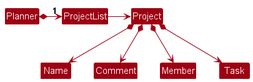
The PlantUML diagram docs/images/BetterModelClassDiagram.png in AY2324S2-CS2103T-W08-4/tp, before a commit.
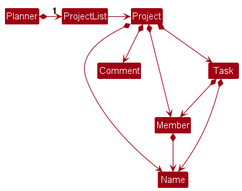
The same diagram one commit later.

What changed in the source:
```diff
@@ -11,6 +11,9 @@
 Project *--> Name
 Project *--> Comment
 Project *--> Member
+Member *--> Name
+Task *--> Name
+Task *--> Member
 Project *--> Task
 
 @enduml
```
